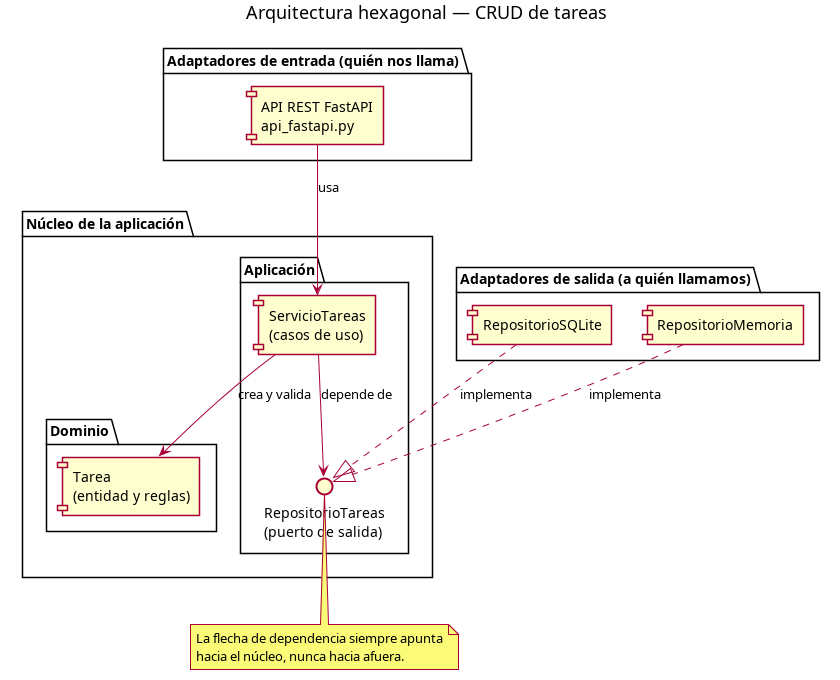
This is docs/diagramas/hexagonal.png from nico-alvz/arquitectura-hexagonal-python, a PlantUML export, as it was before one commit. Its source is kept beside it as docs/diagramas/hexagonal.puml.
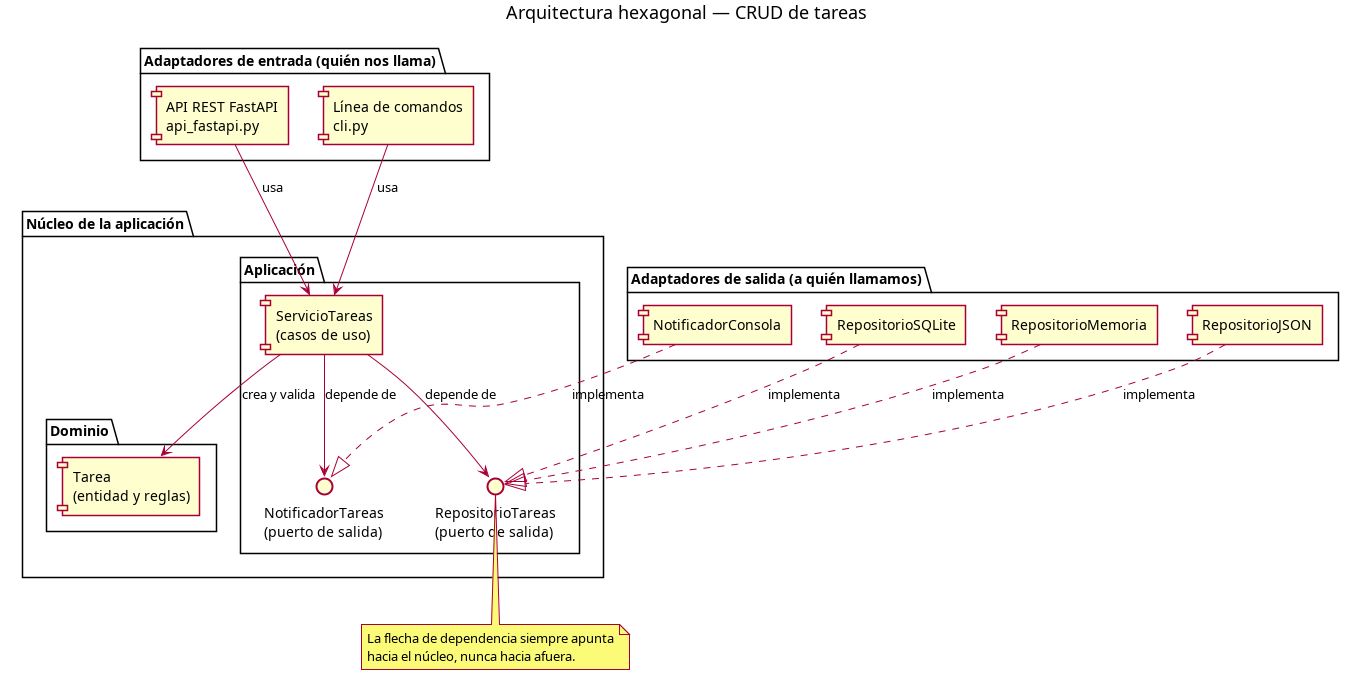
Above is the later version.

Commit message:
docs: add extension guide and update architecture diagram

Change to the diagram source:
```diff
@@ -5,12 +5,14 @@
 
 package "Adaptadores de entrada (quién nos llama)" {
   [API REST FastAPI\napi_fastapi.py] as api
+  [Línea de comandos\ncli.py] as cli
 }
 
 package "Núcleo de la aplicación" {
   package "Aplicación" {
     [ServicioTareas\n(casos de uso)] as servicio
     interface "RepositorioTareas\n(puerto de salida)" as puerto
+    interface "NotificadorTareas\n(puerto de salida)" as notificador
   }
   package "Dominio" {
     [Tarea\n(entidad y reglas)] as tarea
@@ -20,13 +22,19 @@
 package "Adaptadores de salida (a quién llamamos)" {
   [RepositorioSQLite] as sqlite
   [RepositorioMemoria] as memoria
+  [RepositorioJSON] as json
+  [NotificadorConsola] as consola
 }
 
 api --> servicio : usa
+cli --> servicio : usa
 servicio --> tarea : crea y valida
 servicio --> puerto : depende de
+servicio --> notificador : depende de
 sqlite ..|> puerto : implementa
 memoria ..|> puerto : implementa
+json ..|> puerto : implementa
+consola ..|> notificador : implementa
 
 note bottom of puerto
   La flecha de dependencia siempre apunta
```
